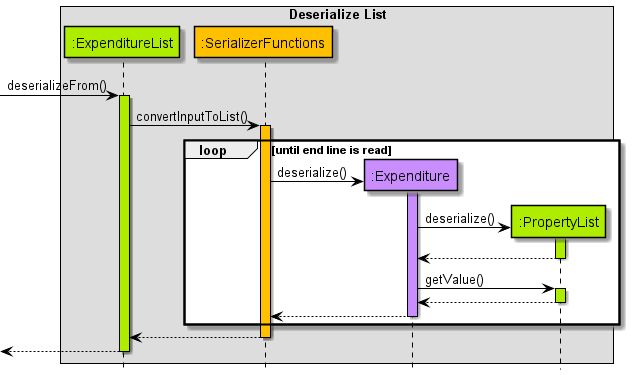
nus-cs2113-AY2122S2/tp keeps this PlantUML diagram as docs/images/DeserializeListSequenceDiagramFinal.png. Above is the earlier version.
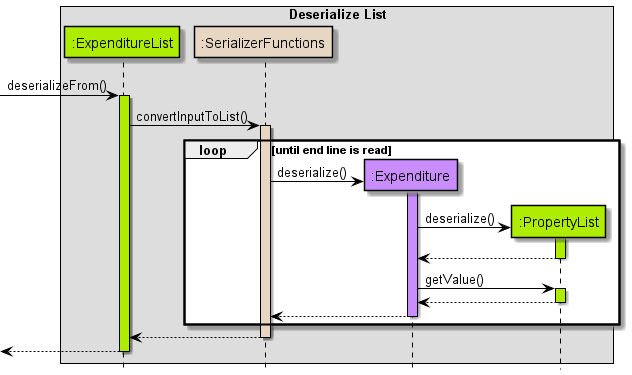
Above is the later version.

Change to the diagram source:
```diff
@@ -10,7 +10,7 @@
 
 box Deserialize List
 participant ":ExpenditureList" as ExpenditureList DATA_COLOUR
-participant ":SerializerFunctions" as SerializerFunctions STORAGE_COLOUR
+participant ":SerializerFunctions" as SerializerFunctions HELPER_COLOUR
 participant ":Expenditure" as Expenditure USERFINANCIAL_COLOUR
 participant ":PropertyList" as PropertyList DATA_COLOUR
 end box
@@ -19,7 +19,7 @@
 [-> ExpenditureList : deserializeFrom()
 activate ExpenditureList DATA_COLOUR
 ExpenditureList -> SerializerFunctions : convertInputToList()
-activate SerializerFunctions STORAGE_COLOUR
+activate SerializerFunctions HELPER_COLOUR
 loop until end line is read
     SerializerFunctions -> Expenditure ** : deserialize()
     activate Expenditure USERFINANCIAL_COLOUR
```
